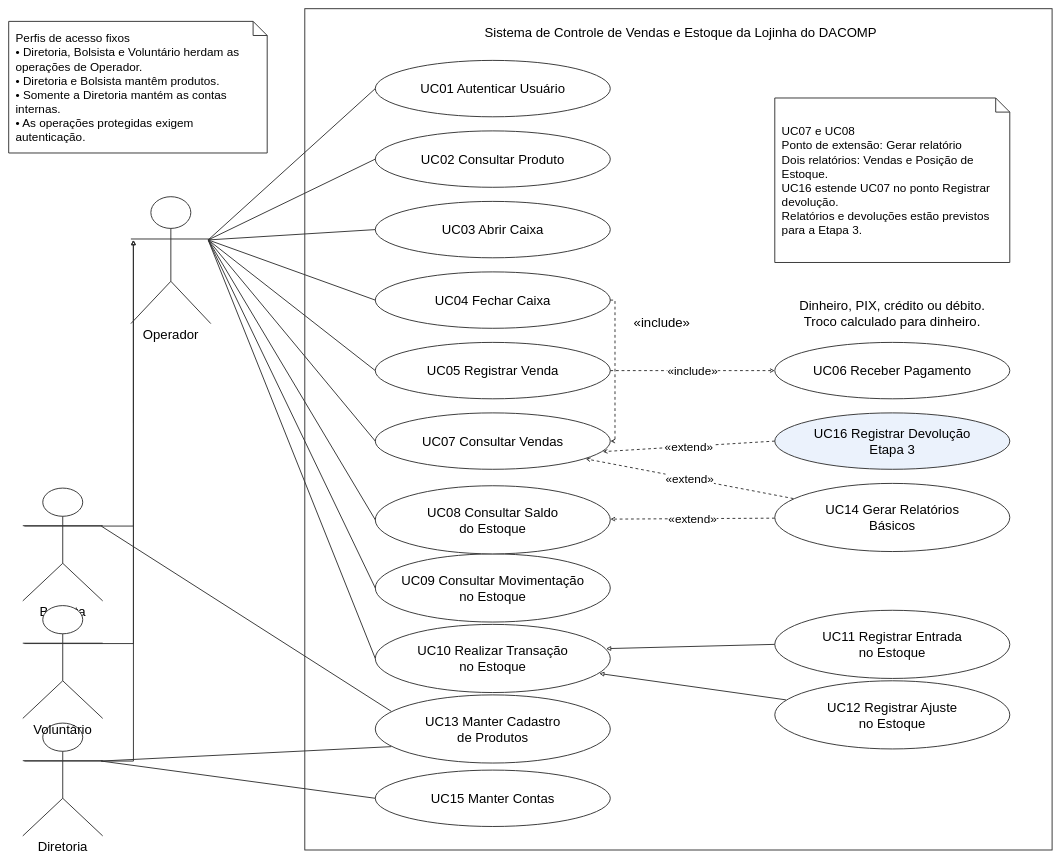
PedroGasparetto/sistema-dacomp keeps this draw.io diagram as page "Casos de uso" (1 of 2) of docs/diagramas/Diagramas_DACOMP.drawio. Above is the earlier version. Source tidied: cells renumbered, new cells numbered last; positions are measured from the earlier drawing's top-left corner, leaving out a move shared by most shapes. Both pictures are drawn from the tidied source at 47%, with x=0, y=0 at pixel (8, 8).
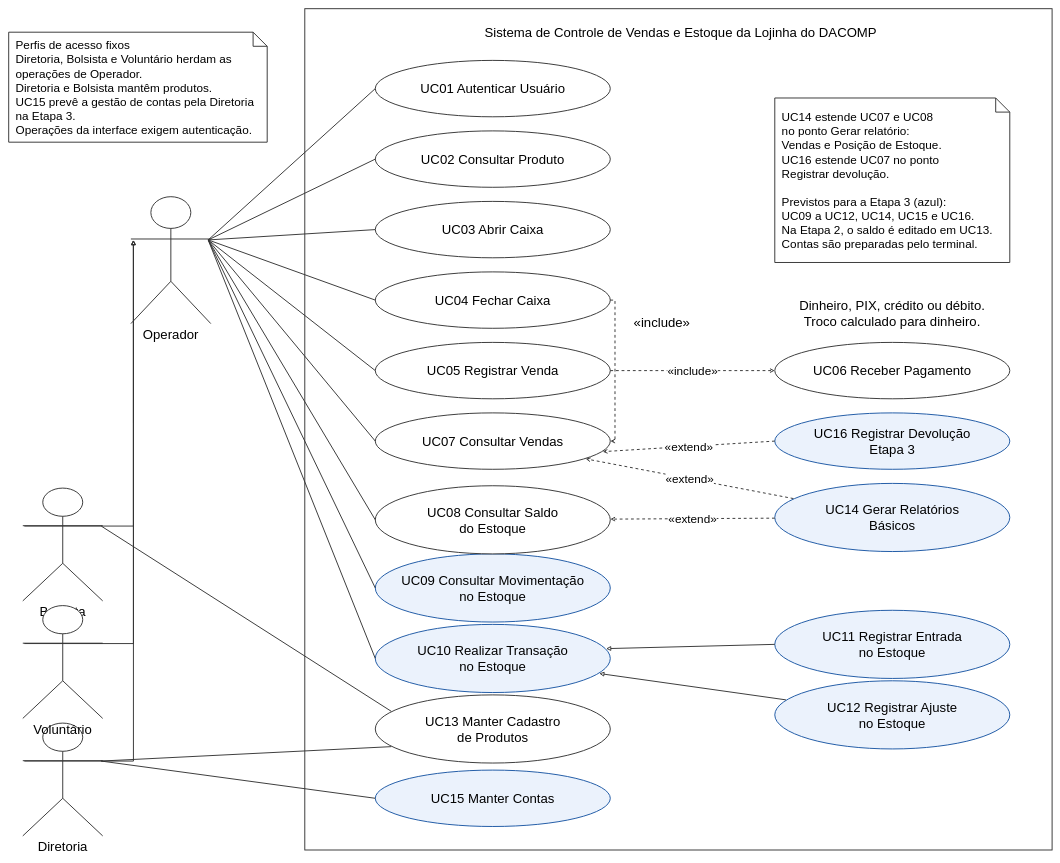
After the change.

Commit message (it also covers changes not shown here):
Alinha diagramas e roteiro ao recorte atual da Etapa 2

What changed in the source:
```diff
@@
-    <mxCell id="6" value="UC15 Manter Contas" style="whiteSpace=wrap;html=1;fontFamily=Arial;fontSize=28;fillColor=#ffffff;strokeColor=#333333;strokeWidth=2;ellipse;" parent="1" vertex="1">
+    <mxCell id="6" value="UC15 Manter Contas" style="whiteSpace=wrap;html=1;fontFamily=Arial;fontSize=28;fillColor=#ebf2fc;strokeColor=#1855a3;strokeWidth=2;ellipse;" parent="1" vertex="1">
       <mxGeometry x="780" y="1620" width="500" height="120" as="geometry" />
     </mxCell>
@@
-    <mxCell id="8" value="UC14 Gerar Relatórios&lt;br&gt;Básicos" style="whiteSpace=wrap;html=1;fontFamily=Arial;fontSize=28;fillColor=#ffffff;strokeColor=#333333;strokeWidth=2;ellipse;" parent="1" vertex="1">
+    <mxCell id="8" value="UC14 Gerar Relatórios&lt;br&gt;Básicos" style="whiteSpace=wrap;html=1;fontFamily=Arial;fontSize=28;fillColor=#ebf2fc;strokeColor=#1855a3;strokeWidth=2;ellipse;" parent="1" vertex="1">
       <mxGeometry x="1630" y="1010" width="500" height="145" as="geometry" />
     </mxCell>
-    <mxCell id="9" value="UC09 Consultar Movimentação&lt;br&gt;no Estoque" style="whiteSpace=wrap;html=1;fontFamily=Arial;fontSize=28;fillColor=#ffffff;strokeColor=#333333;strokeWidth=2;ellipse;" parent="1" vertex="1">
+    <mxCell id="9" value="UC09 Consultar Movimentação&lt;br&gt;no Estoque" style="whiteSpace=wrap;html=1;fontFamily=Arial;fontSize=28;fillColor=#ebf2fc;strokeColor=#1855a3;strokeWidth=2;ellipse;" parent="1" vertex="1">
       <mxGeometry x="780" y="1160" width="500" height="145" as="geometry" />
     </mxCell>
@@
-    <mxCell id="11" value="UC12 Registrar Ajuste&lt;br&gt;no Estoque" style="whiteSpace=wrap;html=1;fontFamily=Arial;fontSize=28;fillColor=#ffffff;strokeColor=#333333;strokeWidth=2;ellipse;" parent="1" vertex="1">
+    <mxCell id="11" value="UC12 Registrar Ajuste&lt;br&gt;no Estoque" style="whiteSpace=wrap;html=1;fontFamily=Arial;fontSize=28;fillColor=#ebf2fc;strokeColor=#1855a3;strokeWidth=2;ellipse;" parent="1" vertex="1">
       <mxGeometry x="1630" y="1430" width="500" height="145" as="geometry" />
     </mxCell>
@@
-    <mxCell id="14" value="UC10 Realizar Transação&lt;br&gt;no Estoque" style="whiteSpace=wrap;html=1;fontFamily=Arial;fontSize=28;fillColor=#ffffff;strokeColor=#333333;strokeWidth=2;ellipse;" parent="1" vertex="1">
+    <mxCell id="14" value="UC10 Realizar Transação&lt;br&gt;no Estoque" style="whiteSpace=wrap;html=1;fontFamily=Arial;fontSize=28;fillColor=#ebf2fc;strokeColor=#1855a3;strokeWidth=2;ellipse;" parent="1" vertex="1">
       <mxGeometry x="780" y="1310" width="500" height="145" as="geometry" />
     </mxCell>
@@
-    <mxCell id="17" value="UC11 Registrar Entrada&lt;br&gt;no Estoque" style="whiteSpace=wrap;html=1;fontFamily=Arial;fontSize=28;fillColor=#ffffff;strokeColor=#333333;strokeWidth=2;ellipse;" parent="1" vertex="1">
+    <mxCell id="17" value="UC11 Registrar Entrada&lt;br&gt;no Estoque" style="whiteSpace=wrap;html=1;fontFamily=Arial;fontSize=28;fillColor=#ebf2fc;strokeColor=#1855a3;strokeWidth=2;ellipse;" parent="1" vertex="1">
       <mxGeometry x="1630" y="1280" width="500" height="145" as="geometry" />
     </mxCell>
@@
-    <mxCell id="20" value="UC16 Registrar Devolução&lt;br&gt;Etapa 3" style="whiteSpace=wrap;html=1;fontFamily=Arial;fontSize=28;fillColor=#ebf2fc;strokeColor=#333333;strokeWidth=2;ellipse;" parent="1" vertex="1">
+    <mxCell id="20" value="UC16 Registrar Devolução&lt;br&gt;Etapa 3" style="whiteSpace=wrap;html=1;fontFamily=Arial;fontSize=28;fillColor=#ebf2fc;strokeColor=#1855a3;strokeWidth=2;ellipse;" parent="1" vertex="1">
       <mxGeometry x="1630" y="860" width="500" height="120" as="geometry" />
     </mxCell>
@@
-    <mxCell id="24" value="UC07 e UC08&lt;br&gt;Ponto de extensão: Gerar relatório&lt;br&gt;Dois relatórios: Vendas e Posição de Estoque.&lt;br&gt;UC16 estende UC07 no ponto Registrar devolução.&lt;br&gt;Relatórios e devoluções estão previstos para a Etapa 3." style="whiteSpace=wrap;html=1;fontFamily=Arial;fontSize=28;fillColor=#ffffff;strokeColor=#333333;strokeWidth=2;shape=note;align=left;spacing=15;fontSize=25;" parent="1" vertex="1">
+    <mxCell id="24" value="UC14 estende UC07 e UC08&lt;br&gt;no ponto Gerar relatório:&lt;br&gt;Vendas e Posição de Estoque.&lt;br&gt;UC16 estende UC07 no ponto&lt;br&gt;Registrar devolução.&lt;br&gt;&lt;br&gt;Previstos para a Etapa 3 (azul):&lt;br&gt;UC09 a UC12, UC14, UC15 e UC16.&lt;br&gt;Na Etapa 2, o saldo é editado em UC13.&lt;br&gt;Contas são preparadas pelo terminal." style="whiteSpace=wrap;html=1;fontFamily=Arial;fontSize=28;fillColor=#ffffff;strokeColor=#333333;strokeWidth=2;shape=note;align=left;spacing=15;fontSize=25;" parent="1" vertex="1">
       <mxGeometry x="1630" y="190" width="500" height="350" as="geometry" />
     </mxCell>
@@
-    <mxCell id="26" value="Perfis de acesso fixos&lt;br&gt;• Diretoria, Bolsista e Voluntário herdam as operações de Operador.&lt;br&gt;• Diretoria e Bolsista mantêm produtos.&lt;br&gt;• Somente a Diretoria mantém as contas internas.&lt;br&gt;• As operações protegidas exigem autenticação." style="whiteSpace=wrap;html=1;fontFamily=Arial;fontSize=28;fillColor=#ffffff;strokeColor=#333333;strokeWidth=2;shape=note;align=left;spacing=15;fontSize=25;" parent="1" vertex="1">
-      <mxGeometry y="27" width="550" height="280" as="geometry" />
+    <mxCell id="26" value="Perfis de acesso fixos&lt;br&gt;Diretoria, Bolsista e Voluntário herdam as operações de Operador.&lt;br&gt;Diretoria e Bolsista mantêm produtos.&lt;br&gt;UC15 prevê a gestão de contas pela Diretoria na Etapa 3.&lt;br&gt;Operações da interface exigem autenticação." style="whiteSpace=wrap;html=1;fontFamily=Arial;fontSize=28;fillColor=#ffffff;strokeColor=#333333;strokeWidth=2;shape=note;align=left;spacing=15;fontSize=25;" parent="1" vertex="1">
+      <mxGeometry y="50" width="550" height="234" as="geometry" />
     </mxCell>
```
